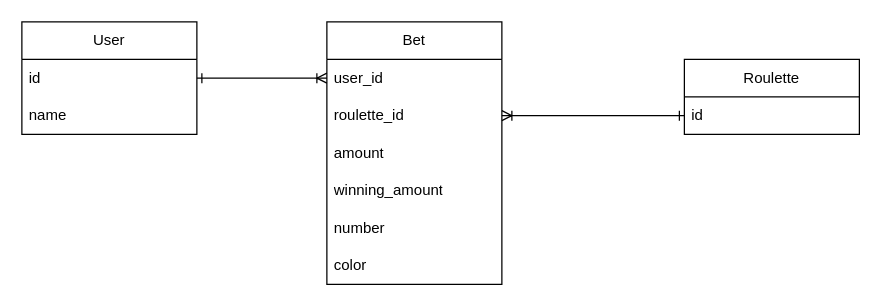
This is documentation/Model.drawio from s-ramosm/roulette, a draw.io file, before an edit. Source tidied: cells renumbered, new cells numbered last; positions are measured from the earlier drawing's top-left corner, leaving out a move shared by most shapes. Both pictures are drawn from the tidied source at 125%, with x=0, y=0 at pixel (21, 21).
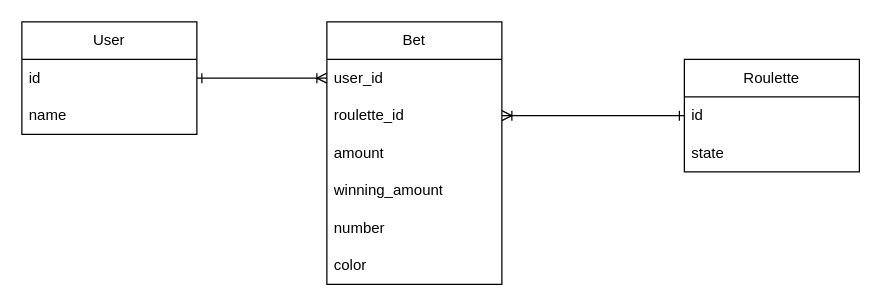
The same diagram, later.

Diff of the diagram source:
```diff
@@
 <mxGraphModel>
   <root>
     <mxCell id="0" />
     <mxCell id="1" parent="0" />
     <mxCell id="2" value="User" style="swimlane;fontStyle=0;horizontal=1;startSize=30;whiteSpace=wrap;html=1;" parent="1" vertex="1">
       <mxGeometry width="140" height="90" as="geometry" />
     </mxCell>
     <mxCell id="3" value="id" style="text;strokeColor=none;fillColor=none;align=left;verticalAlign=middle;spacingLeft=4;spacingRight=4;overflow=hidden;points=[[0,0.5],[1,0.5]];portConstraint=eastwest;whiteSpace=wrap;html=1;" parent="2" vertex="1">
       <mxGeometry y="30" width="140" height="30" as="geometry" />
     </mxCell>
     <mxCell id="4" value="name" style="text;strokeColor=none;fillColor=none;align=left;verticalAlign=middle;spacingLeft=4;spacingRight=4;overflow=hidden;whiteSpace=wrap;html=1;" parent="2" vertex="1">
       <mxGeometry y="60" width="140" height="30" as="geometry" />
     </mxCell>
     <mxCell id="5" value="Roulette" style="swimlane;fontStyle=0;horizontal=1;startSize=30;whiteSpace=wrap;html=1;" parent="1" vertex="1">
-      <mxGeometry x="530" y="30" width="140" height="60" as="geometry" />
+      <mxGeometry x="530" y="30" width="140" height="90" as="geometry" />
     </mxCell>
     <mxCell id="6" value="id" style="text;strokeColor=none;fillColor=none;align=left;verticalAlign=middle;spacingLeft=4;spacingRight=4;overflow=hidden;points=[[0,0.5],[1,0.5]];portConstraint=eastwest;whiteSpace=wrap;html=1;" parent="5" vertex="1">
       <mxGeometry y="30" width="140" height="30" as="geometry" />
     </mxCell>
+    <mxCell id="16" value="state" style="text;strokeColor=none;fillColor=none;align=left;verticalAlign=middle;spacingLeft=4;spacingRight=4;overflow=hidden;whiteSpace=wrap;html=1;" parent="5" vertex="1">
+      <mxGeometry y="60" width="140" height="30" as="geometry" />
+    </mxCell>
     <mxCell id="7" value="Bet" style="swimlane;fontStyle=0;horizontal=1;startSize=30;whiteSpace=wrap;html=1;" parent="1" vertex="1">
       <mxGeometry x="244" width="140" height="210" as="geometry" />
     </mxCell>
     <mxCell id="8" value="user_id" style="text;strokeColor=none;fillColor=none;align=left;verticalAlign=middle;spacingLeft=4;spacingRight=4;overflow=hidden;points=[[0,0.5],[1,0.5]];portConstraint=eastwest;whiteSpace=wrap;html=1;" parent="7" vertex="1">
       <mxGeometry y="30" width="140" height="30" as="geometry" />
     </mxCell>
     <mxCell id="9" value="roulette_id" style="text;strokeColor=none;fillColor=none;align=left;verticalAlign=middle;spacingLeft=4;spacingRight=4;overflow=hidden;points=[[0,0.5],[1,0.5]];portConstraint=eastwest;whiteSpace=wrap;html=1;" parent="7" vertex="1">
       <mxGeometry y="60" width="140" height="30" as="geometry" />
     </mxCell>
     <mxCell id="10" value="amount" style="text;strokeColor=none;fillColor=none;align=left;verticalAlign=middle;spacingLeft=4;spacingRight=4;overflow=hidden;whiteSpace=wrap;html=1;" parent="7" vertex="1">
       <mxGeometry y="90" width="140" height="30" as="geometry" />
     </mxCell>
     <mxCell id="11" value="&lt;div&gt;&lt;span style=&quot;background-color: transparent; color: light-dark(rgb(0, 0, 0), rgb(255, 255, 255));&quot;&gt;winning_amount&lt;/span&gt;&lt;/div&gt;" style="text;strokeColor=none;fillColor=none;align=left;verticalAlign=middle;spacingLeft=4;spacingRight=4;overflow=hidden;whiteSpace=wrap;html=1;" parent="7" vertex="1">
       <mxGeometry y="120" width="140" height="30" as="geometry" />
     </mxCell>
     <mxCell id="12" value="&lt;div&gt;&lt;span style=&quot;background-color: transparent; color: light-dark(rgb(0, 0, 0), rgb(255, 255, 255));&quot;&gt;number&lt;/span&gt;&lt;/div&gt;" style="text;strokeColor=none;fillColor=none;align=left;verticalAlign=middle;spacingLeft=4;spacingRight=4;overflow=hidden;whiteSpace=wrap;html=1;" parent="7" vertex="1">
       <mxGeometry y="150" width="140" height="30" as="geometry" />
     </mxCell>
     <mxCell id="13" value="&lt;div&gt;&lt;span style=&quot;background-color: transparent; color: light-dark(rgb(0, 0, 0), rgb(255, 255, 255));&quot;&gt;color&amp;nbsp;&lt;/span&gt;&lt;/div&gt;" style="text;strokeColor=none;fillColor=none;align=left;verticalAlign=middle;spacingLeft=4;spacingRight=4;overflow=hidden;whiteSpace=wrap;html=1;" parent="7" vertex="1">
       <mxGeometry y="180" width="140" height="30" as="geometry" />
     </mxCell>
     <mxCell id="14" style="edgeStyle=orthogonalEdgeStyle;rounded=0;jettySize=auto;html=1;entryX=1;entryY=0.5;entryDx=0;entryDy=0;endArrow=ERoneToMany;endFill=0;startArrow=ERone;startFill=0;" parent="1" edge="1" source="6" target="9">
       <mxGeometry relative="1" as="geometry" />
     </mxCell>
     <mxCell id="15" style="edgeStyle=orthogonalEdgeStyle;rounded=0;jettySize=auto;html=1;entryX=0;entryY=0.5;entryDx=0;entryDy=0;endArrow=ERoneToMany;endFill=0;startArrow=ERone;startFill=0;" parent="1" edge="1" source="3" target="8">
       <mxGeometry relative="1" as="geometry" />
     </mxCell>
   </root>
 </mxGraphModel>
```
